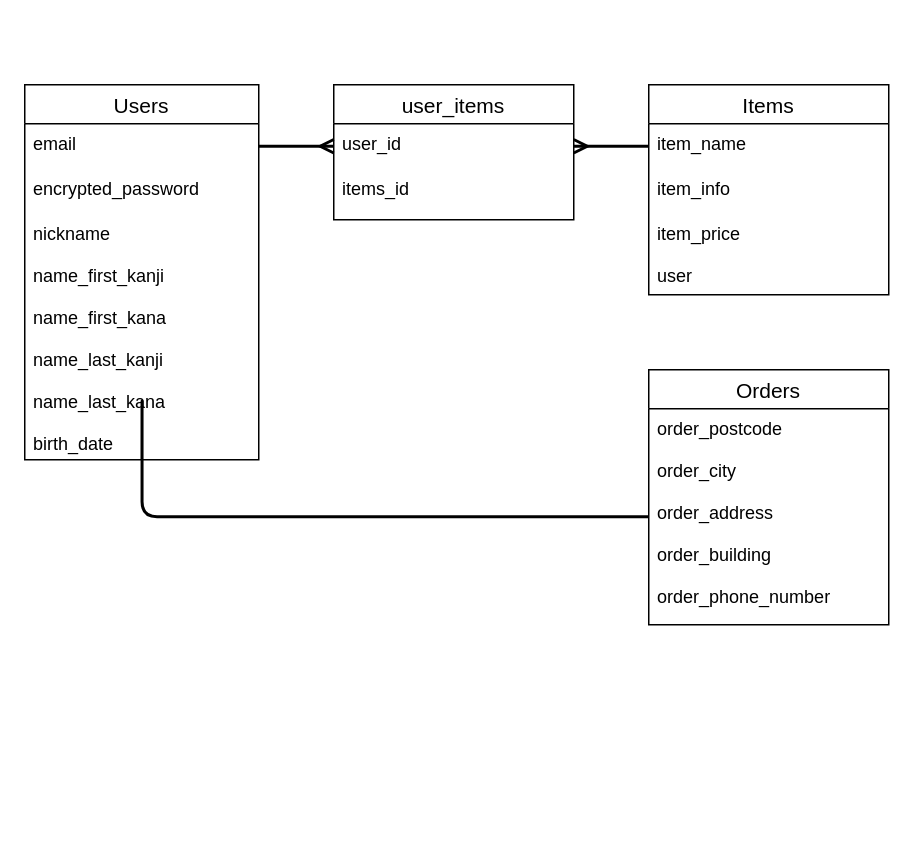
Before: page "ページ1" (1 of 2) of furima.dio in Rui-Tanizaki/furima-40276, a draw.io diagram. Source tidied: cells renumbered, new cells numbered last; positions are measured from the earlier drawing's top-left corner, leaving out a move shared by most shapes. Both pictures are drawn from the tidied source at 150%, with x=0, y=0 at pixel (24, 84).
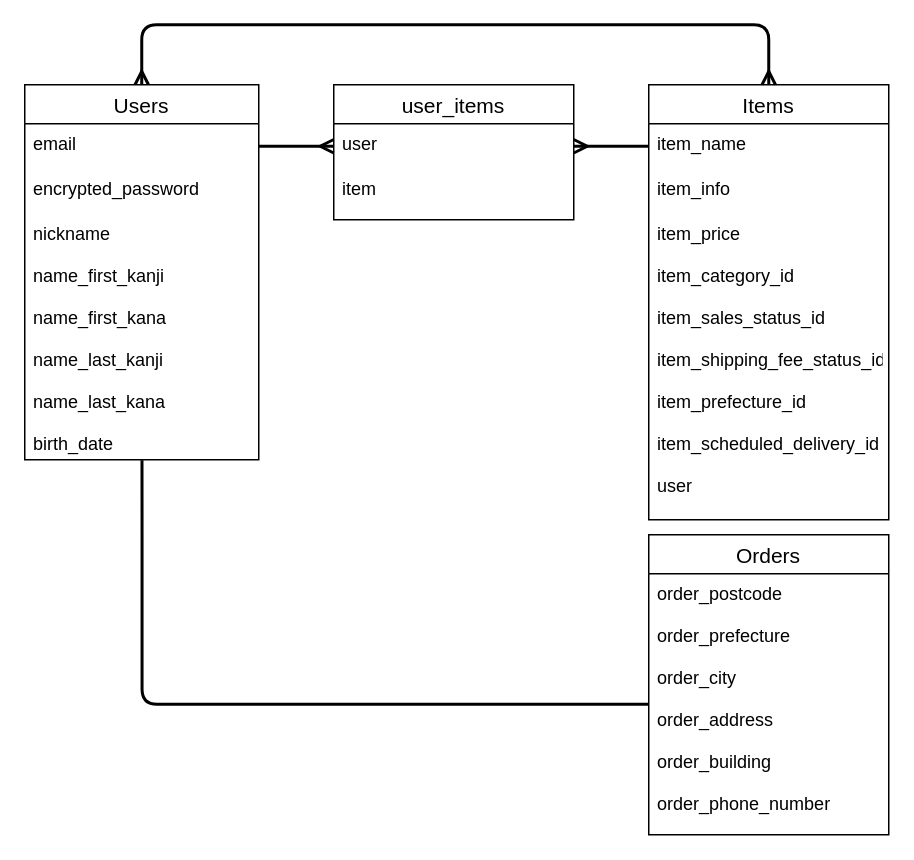
After the change.

Commit message (it also covers changes not shown here):
ER図・マークダウンの再訂正

Unchanged cells that the change refers to:
```xml
<mxCell id="6" value="Users" style="swimlane;fontStyle=0;horizontal=1;startSize=26;align=center;fontSize=14;strokeColor=default;" parent="1" vertex="1">
  <mxGeometry width="156" height="250" as="geometry" />
</mxCell>
<mxCell id="14" value="user_items" style="swimlane;fontStyle=0;horizontal=1;startSize=26;align=center;fontSize=14;" parent="1" vertex="1">
  <mxGeometry x="206" width="160" height="90" as="geometry" />
</mxCell>
```

The edit, as a diff of the source:
```diff
@@
     <mxCell id="2" value="Items" style="swimlane;fontStyle=0;horizontal=1;startSize=26;align=center;fontSize=14;strokeColor=default;" parent="1" vertex="1">
-      <mxGeometry x="416" width="160" height="140" as="geometry" />
+      <mxGeometry x="416" width="160" height="290" as="geometry" />
     </mxCell>
@@
-    <mxCell id="5" value="item_price&#10;&#10;user" style="text;strokeColor=none;fillColor=none;spacingLeft=4;spacingRight=4;overflow=hidden;fontSize=12;dashed=1;dashPattern=1 2;" parent="2" vertex="1">
-      <mxGeometry y="86" width="160" height="54" as="geometry" />
+    <mxCell id="5" value="item_price&#10;&#10;item_category_id&#10;&#10;item_sales_status_id&#10;&#10;item_shipping_fee_status_id&#10;&#10;item_prefecture_id&#10;&#10;item_scheduled_delivery_id&#10;&#10;user" style="text;strokeColor=none;fillColor=none;spacingLeft=4;spacingRight=4;overflow=hidden;fontSize=12;dashed=1;dashPattern=1 2;" parent="2" vertex="1">
+      <mxGeometry y="86" width="160" height="204" as="geometry" />
     </mxCell>
+    <mxCell id="19" style="edgeStyle=orthogonalEdgeStyle;html=1;entryX=0.5;entryY=0;entryDx=0;entryDy=0;endArrow=ERmany;endFill=0;startArrow=ERmany;startFill=0;strokeWidth=2;" parent="1" edge="1" source="6" target="2">
+      <mxGeometry relative="1" as="geometry">
+        <Array as="points">
+          <mxPoint x="78" y="-40" />
+          <mxPoint x="496" y="-40" />
+        </Array>
+      </mxGeometry>
+    </mxCell>
@@
     <mxCell id="11" value="Orders" style="swimlane;fontStyle=0;horizontal=1;startSize=26;align=center;fontSize=14;" parent="1" vertex="1">
-      <mxGeometry x="416" y="190" width="160" height="170" as="geometry" />
+      <mxGeometry x="416" y="300" width="160" height="200" as="geometry" />
     </mxCell>
-    <mxCell id="12" value="order_postcode&#10;&#10;order_city&#10;&#10;order_address&#10;&#10;order_building&#10;&#10;order_phone_number" style="text;strokeColor=none;fillColor=none;spacingLeft=4;spacingRight=4;overflow=hidden;points=[[0,0.5],[1,0.5]];portConstraint=eastwest;fontSize=12;" parent="11" vertex="1">
-      <mxGeometry y="26" width="160" height="144" as="geometry" />
+    <mxCell id="12" value="order_postcode&#10;&#10;order_prefecture&#10;&#10;order_city&#10;&#10;order_address&#10;&#10;order_building&#10;&#10;order_phone_number" style="text;strokeColor=none;fillColor=none;spacingLeft=4;spacingRight=4;overflow=hidden;points=[[0,0.5],[1,0.5]];portConstraint=eastwest;fontSize=12;" parent="11" vertex="1">
+      <mxGeometry y="26" width="160" height="174" as="geometry" />
     </mxCell>
@@
-    <mxCell id="15" value="user_id" style="text;strokeColor=none;fillColor=none;spacingLeft=4;spacingRight=4;overflow=hidden;points=[[0,0.5],[1,0.5]];portConstraint=eastwest;fontSize=12;" parent="14" vertex="1">
+    <mxCell id="15" value="user" style="text;strokeColor=none;fillColor=none;spacingLeft=4;spacingRight=4;overflow=hidden;points=[[0,0.5],[1,0.5]];portConstraint=eastwest;fontSize=12;" parent="14" vertex="1">
       <mxGeometry y="26" width="160" height="30" as="geometry" />
     </mxCell>
-    <mxCell id="16" value="items_id" style="text;strokeColor=none;fillColor=none;spacingLeft=4;spacingRight=4;overflow=hidden;fontSize=12;" parent="14" vertex="1">
+    <mxCell id="16" value="item" style="text;strokeColor=none;fillColor=none;spacingLeft=4;spacingRight=4;overflow=hidden;fontSize=12;" parent="14" vertex="1">
       <mxGeometry y="56" width="160" height="34" as="geometry" />
     </mxCell>
```
